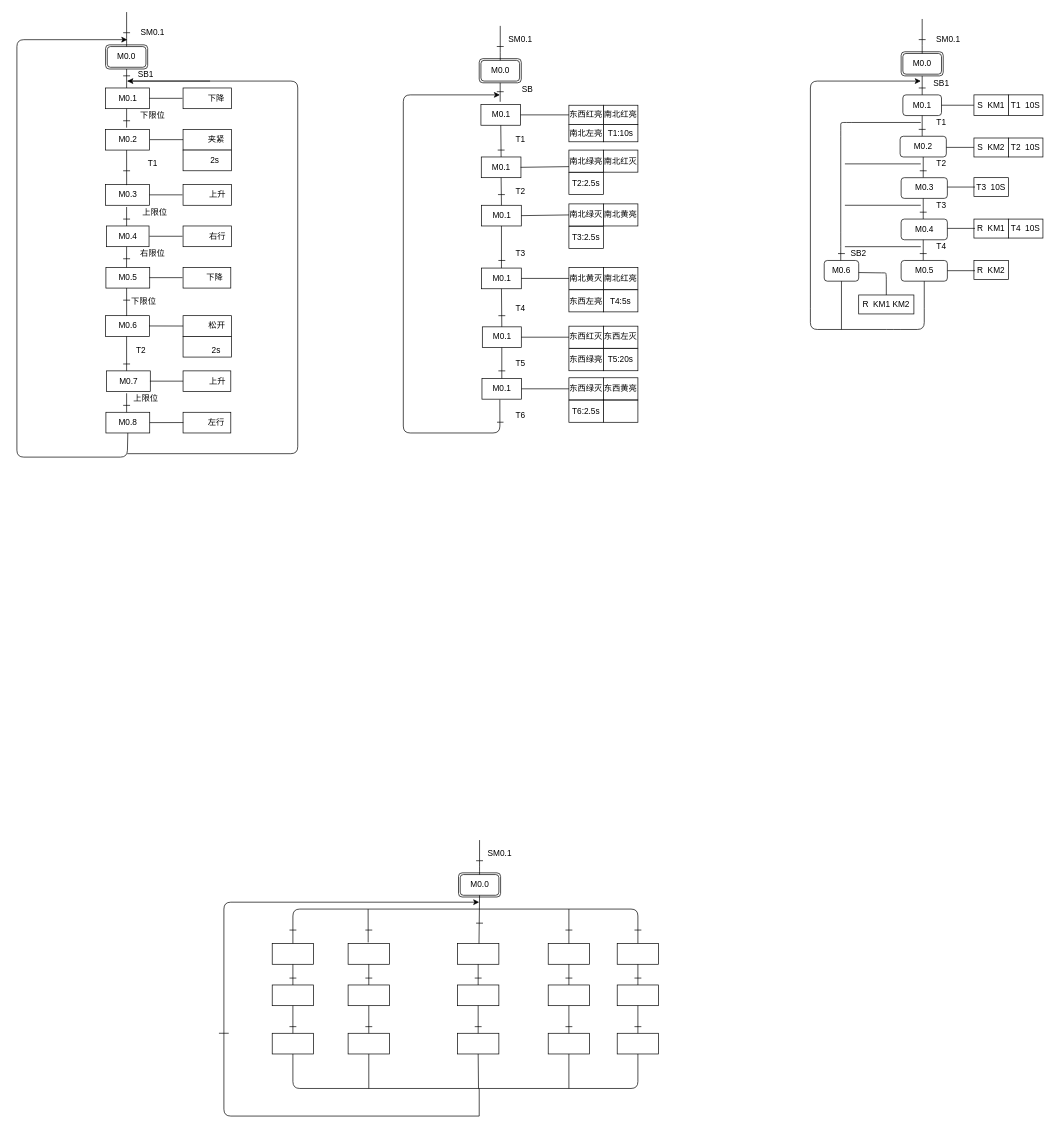
Earlier version of the draw.io diagram Untitled Diagram.drawio (Winston9n78/Web). Source tidied: cells renumbered, new cells numbered last; positions are measured from the earlier drawing's top-left corner, leaving out a move shared by most shapes. Both pictures are drawn from the tidied source at 69%, with x=0, y=0 at pixel (17, 12).
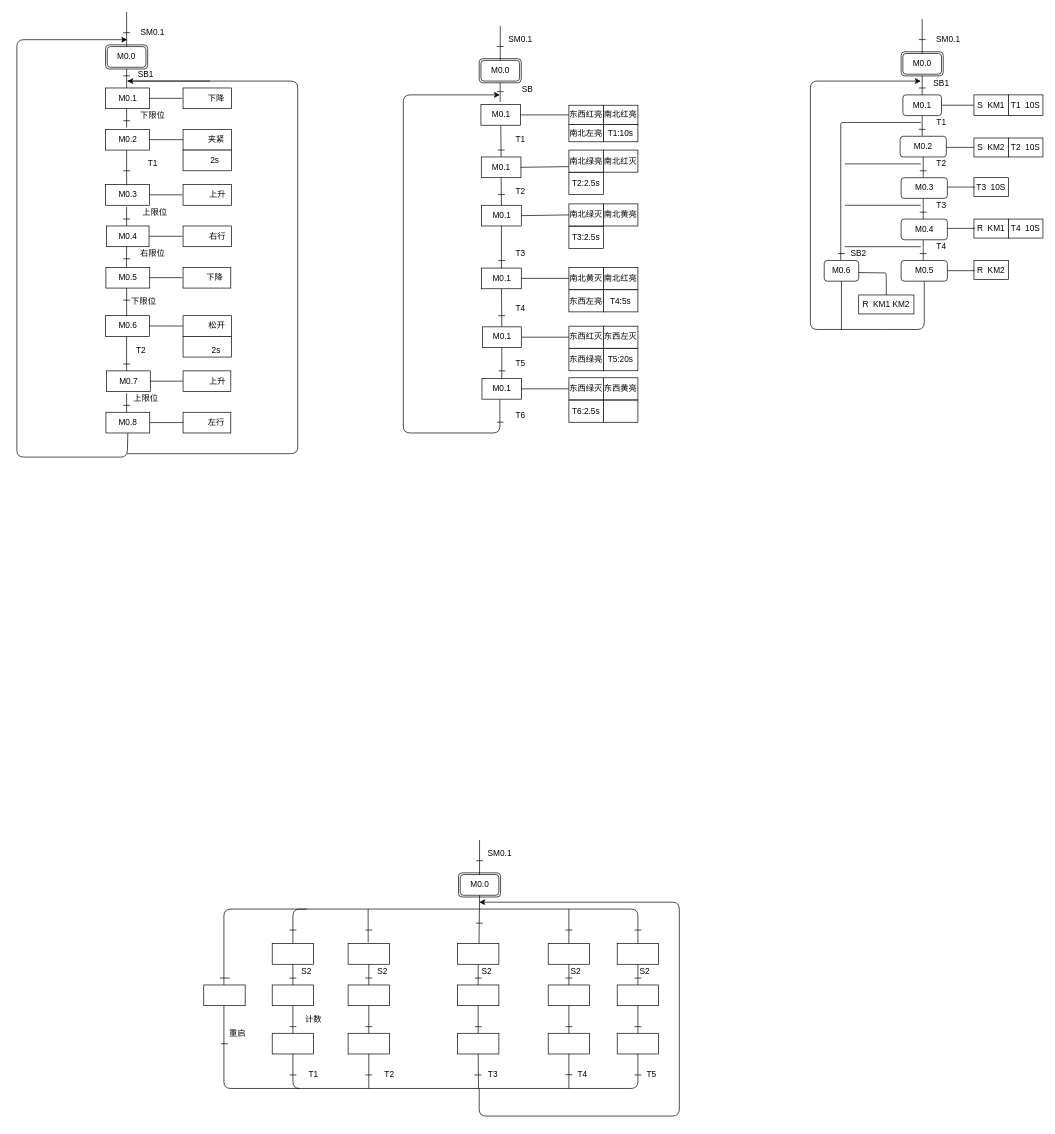
After the change.

The edit, as a diff of the source:
```diff
@@
-    <mxCell id="232" style="endArrow=classic;html=1;" parent="1" edge="1">
-      <mxGeometry relative="1" as="geometry">
-        <mxPoint x="670" y="1600" as="sourcePoint" />
-        <mxPoint x="670" y="1290" as="targetPoint" />
-        <Array as="points">
-          <mxPoint x="300" y="1600" />
-          <mxPoint x="300" y="1290" />
-        </Array>
-      </mxGeometry>
-    </mxCell>
-    <mxCell id="233" style="endArrow=none;html=1;" parent="1" edge="1">
-      <mxGeometry relative="1" as="geometry">
-        <mxPoint x="670" y="1600" as="sourcePoint" />
-        <mxPoint x="670" y="1560" as="targetPoint" />
-      </mxGeometry>
-    </mxCell>
     <mxCell id="234" style="endArrow=none;html=1;" parent="1" edge="1">
       <mxGeometry relative="1" as="geometry">
-        <mxPoint x="307" y="1480" as="sourcePoint" />
-        <mxPoint x="293" y="1480" as="targetPoint" />
+        <mxPoint x="308.5" y="1400" as="sourcePoint" />
+        <mxPoint x="294.5" y="1400" as="targetPoint" />
         <Array as="points">
-          <mxPoint x="292.8" y="1480" />
+          <mxPoint x="294.2" y="1400" />
         </Array>
       </mxGeometry>
     </mxCell>
+    <mxCell id="235" value="S2" style="text;html=1;strokeColor=none;fillColor=none;align=center;verticalAlign=middle;whiteSpace=wrap;rounded=0;" parent="1" vertex="1">
+      <mxGeometry x="400" y="1380" width="40" height="20" as="geometry" />
+    </mxCell>
+    <mxCell id="236" value="S2" style="text;html=1;strokeColor=none;fillColor=none;align=center;verticalAlign=middle;whiteSpace=wrap;rounded=0;" parent="1" vertex="1">
+      <mxGeometry x="510" y="1380" width="40" height="20" as="geometry" />
+    </mxCell>
+    <mxCell id="237" value="S2" style="text;html=1;strokeColor=none;fillColor=none;align=center;verticalAlign=middle;whiteSpace=wrap;rounded=0;" parent="1" vertex="1">
+      <mxGeometry x="661" y="1380" width="40" height="20" as="geometry" />
+    </mxCell>
+    <mxCell id="238" value="S2" style="text;html=1;strokeColor=none;fillColor=none;align=center;verticalAlign=middle;whiteSpace=wrap;rounded=0;" parent="1" vertex="1">
+      <mxGeometry x="790" y="1380" width="40" height="20" as="geometry" />
+    </mxCell>
+    <mxCell id="239" value="S2" style="text;html=1;strokeColor=none;fillColor=none;align=center;verticalAlign=middle;whiteSpace=wrap;rounded=0;" parent="1" vertex="1">
+      <mxGeometry x="890" y="1380" width="40" height="20" as="geometry" />
+    </mxCell>
+    <mxCell id="240" value="计数" style="text;html=1;strokeColor=none;fillColor=none;align=center;verticalAlign=middle;whiteSpace=wrap;rounded=0;" parent="1" vertex="1">
+      <mxGeometry x="410" y="1450" width="40" height="20" as="geometry" />
+    </mxCell>
+    <mxCell id="241" value="重启" style="text;html=1;strokeColor=none;fillColor=none;align=center;verticalAlign=middle;whiteSpace=wrap;rounded=0;" parent="1" vertex="1">
+      <mxGeometry x="300" y="1470" width="40" height="20" as="geometry" />
+    </mxCell>
+    <mxCell id="242" style="endArrow=none;html=1;" parent="1" edge="1">
+      <mxGeometry relative="1" as="geometry">
+        <mxPoint x="410" y="1560" as="sourcePoint" />
+        <mxPoint x="420" y="1300" as="targetPoint" />
+        <Array as="points">
+          <mxPoint x="300" y="1560" />
+          <mxPoint x="300" y="1300" />
+        </Array>
+      </mxGeometry>
+    </mxCell>
+    <mxCell id="243" style="rounded=0;whiteSpace=wrap;html=1;" parent="1" vertex="1">
+      <mxGeometry x="270.8" y="1410" width="60" height="30" as="geometry" />
+    </mxCell>
+    <mxCell id="244" style="endArrow=none;html=1;" parent="1" edge="1">
+      <mxGeometry relative="1" as="geometry">
+        <mxPoint x="305.8" y="1495.2" as="sourcePoint" />
+        <mxPoint x="295.8" y="1495.2" as="targetPoint" />
+        <Array as="points">
+          <mxPoint x="305.8" y="1494.8" />
+        </Array>
+      </mxGeometry>
+    </mxCell>
+    <mxCell id="245" style="endArrow=classic;html=1;" parent="1" edge="1">
+      <mxGeometry relative="1" as="geometry">
+        <mxPoint x="670" y="1560" as="sourcePoint" />
+        <mxPoint x="670" y="1290" as="targetPoint" />
+        <Array as="points">
+          <mxPoint x="670" y="1600" />
+          <mxPoint x="960" y="1600" />
+          <mxPoint x="960" y="1290" />
+        </Array>
+      </mxGeometry>
+    </mxCell>
+    <mxCell id="246" style="endArrow=none;html=1;" parent="1" edge="1">
+      <mxGeometry relative="1" as="geometry">
+        <mxPoint x="405" y="1540.4" as="sourcePoint" />
+        <mxPoint x="395" y="1540.4" as="targetPoint" />
+        <Array as="points">
+          <mxPoint x="405" y="1540" />
+        </Array>
+      </mxGeometry>
+    </mxCell>
+    <mxCell id="247" style="endArrow=none;html=1;" parent="1" edge="1">
+      <mxGeometry relative="1" as="geometry">
+        <mxPoint x="515" y="1540.4" as="sourcePoint" />
+        <mxPoint x="505" y="1540.4" as="targetPoint" />
+        <Array as="points">
+          <mxPoint x="515" y="1540" />
+        </Array>
+      </mxGeometry>
+    </mxCell>
+    <mxCell id="248" style="endArrow=none;html=1;" parent="1" edge="1">
+      <mxGeometry relative="1" as="geometry">
+        <mxPoint x="673" y="1540.4" as="sourcePoint" />
+        <mxPoint x="663" y="1540.4" as="targetPoint" />
+        <Array as="points">
+          <mxPoint x="673" y="1540" />
+        </Array>
+      </mxGeometry>
+    </mxCell>
+    <mxCell id="249" style="endArrow=none;html=1;" parent="1" edge="1">
+      <mxGeometry relative="1" as="geometry">
+        <mxPoint x="805" y="1540" as="sourcePoint" />
+        <mxPoint x="795" y="1540" as="targetPoint" />
+        <Array as="points">
+          <mxPoint x="805" y="1539.6" />
+        </Array>
+      </mxGeometry>
+    </mxCell>
+    <mxCell id="250" style="endArrow=none;html=1;" parent="1" edge="1">
+      <mxGeometry relative="1" as="geometry">
+        <mxPoint x="905" y="1540.4" as="sourcePoint" />
+        <mxPoint x="895" y="1540.4" as="targetPoint" />
+        <Array as="points">
+          <mxPoint x="905" y="1540" />
+        </Array>
+      </mxGeometry>
+    </mxCell>
+    <mxCell id="251" value="T1" style="text;html=1;strokeColor=none;fillColor=none;align=center;verticalAlign=middle;whiteSpace=wrap;rounded=0;" parent="1" vertex="1">
+      <mxGeometry x="410" y="1530" width="40" height="20" as="geometry" />
+    </mxCell>
+    <mxCell id="252" value="T2" style="text;html=1;strokeColor=none;fillColor=none;align=center;verticalAlign=middle;whiteSpace=wrap;rounded=0;" parent="1" vertex="1">
+      <mxGeometry x="520" y="1530" width="40" height="20" as="geometry" />
+    </mxCell>
+    <mxCell id="253" value="T3" style="text;html=1;strokeColor=none;fillColor=none;align=center;verticalAlign=middle;whiteSpace=wrap;rounded=0;" parent="1" vertex="1">
+      <mxGeometry x="670" y="1530" width="40" height="20" as="geometry" />
+    </mxCell>
+    <mxCell id="254" value="T4" style="text;html=1;strokeColor=none;fillColor=none;align=center;verticalAlign=middle;whiteSpace=wrap;rounded=0;" parent="1" vertex="1">
+      <mxGeometry x="800" y="1530" width="40" height="20" as="geometry" />
+    </mxCell>
+    <mxCell id="255" value="T5" style="text;html=1;strokeColor=none;fillColor=none;align=center;verticalAlign=middle;whiteSpace=wrap;rounded=0;" parent="1" vertex="1">
+      <mxGeometry x="900" y="1530" width="40" height="20" as="geometry" />
+    </mxCell>
```
